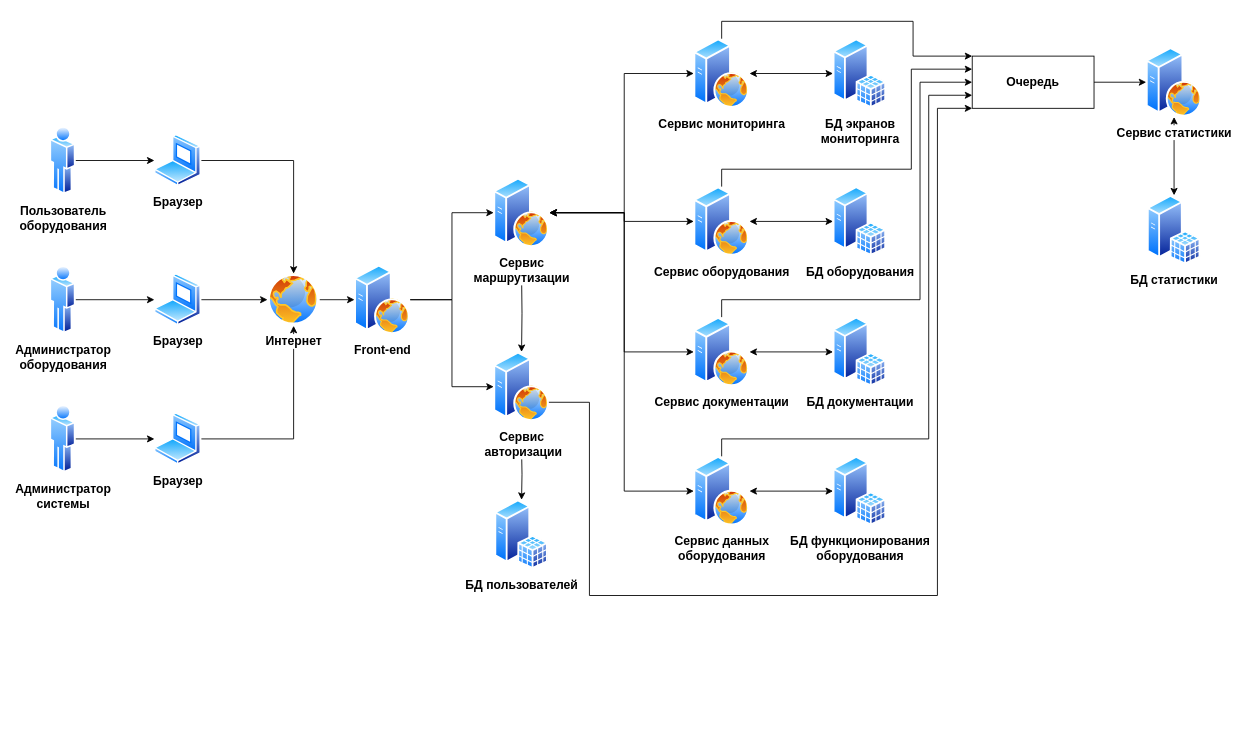
Earlier version of the draw.io diagram topology.drawio (qwerfah/software-engineering-methodology). Source tidied: cells renumbered, new cells numbered last; positions are measured from the earlier drawing's top-left corner, leaving out a move shared by most shapes. Both pictures are drawn from the tidied source at 87%, with x=0, y=0 at pixel (50, 21).
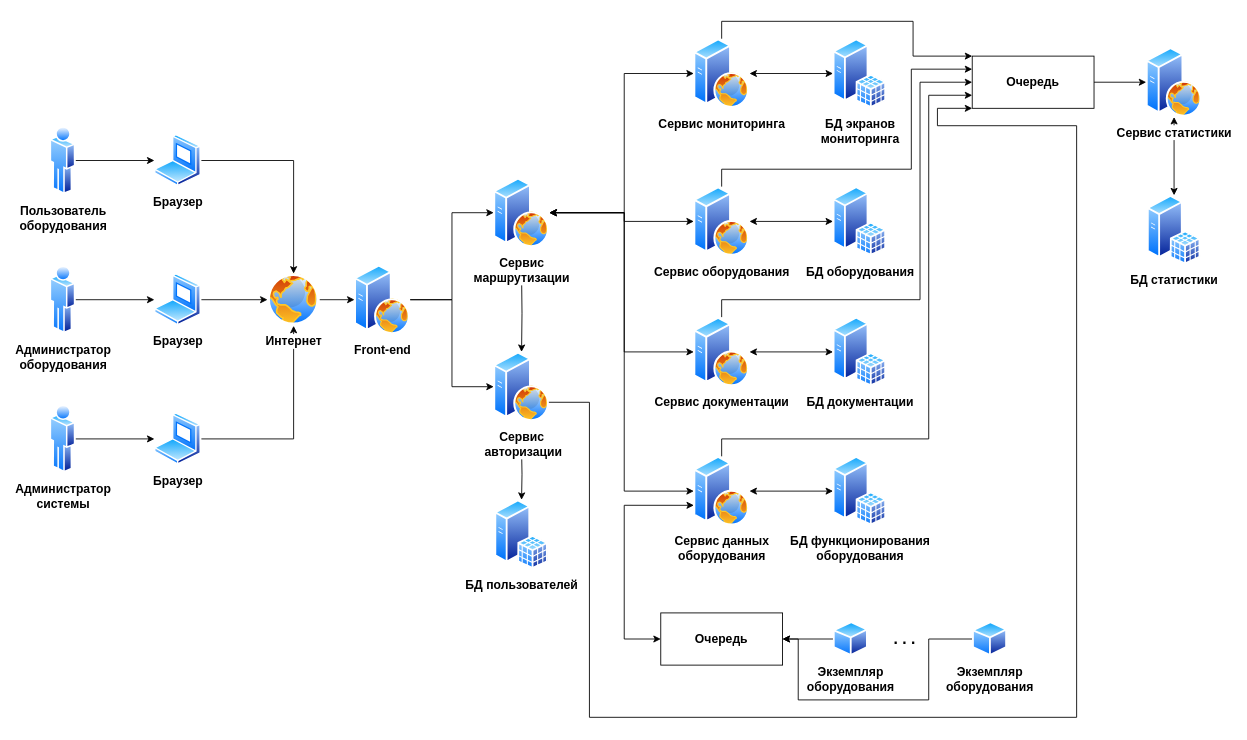
After the change.

The change refers to these unchanged cells:
```xml
<mxCell id="27" value="Сервис&lt;br&gt;&amp;nbsp;авторизации" style="perimeter=ellipsePerimeter;html=1;align=center;shadow=0;dashed=0;spacingTop=3;image;image=img/lib/active_directory/web_server.svg;strokeColor=#000000;fontSize=14;fontStyle=1;" parent="1" vertex="1">
  <mxGeometry x="510" y="380" width="64" height="80" as="geometry" />
</mxCell>
<mxCell id="36" value="Сервис данных &lt;br style=&quot;font-size: 14px;&quot;&gt;оборудования" style="perimeter=ellipsePerimeter;html=1;align=center;shadow=0;dashed=0;spacingTop=3;image;image=img/lib/active_directory/web_server.svg;strokeColor=#000000;fontSize=14;fontStyle=1;" parent="1" vertex="1">
  <mxGeometry x="740" y="500" width="64" height="80" as="geometry" />
</mxCell>
<mxCell id="48" value="Очередь" style="rounded=0;whiteSpace=wrap;html=1;strokeColor=#000000;fontSize=14;fontStyle=1;" parent="1" vertex="1">
  <mxGeometry x="1060" y="40" width="140" height="60" as="geometry" />
</mxCell>
```

Change to the diagram source:
```diff
@@
     <mxCell id="26" style="edgeStyle=orthogonalEdgeStyle;rounded=0;jettySize=auto;html=1;exitX=1;exitY=0.75;exitDx=0;exitDy=0;entryX=0;entryY=1;entryDx=0;entryDy=0;startArrow=none;startFill=0;fontSize=14;fontStyle=1;" parent="1" edge="1" source="27" target="48">
       <mxGeometry relative="1" as="geometry">
         <Array as="points">
           <mxPoint x="620" y="438" />
-          <mxPoint x="620" y="660" />
-          <mxPoint x="1020" y="660" />
+          <mxPoint x="620" y="800" />
+          <mxPoint x="1180" y="800" />
+          <mxPoint x="1180" y="120" />
+          <mxPoint x="1020" y="120" />
           <mxPoint x="1020" y="100" />
         </Array>
       </mxGeometry>
     </mxCell>
@@
+    <mxCell id="50" style="edgeStyle=orthogonalEdgeStyle;rounded=0;sketch=0;jettySize=auto;html=1;entryX=0.002;entryY=0.704;entryDx=0;entryDy=0;entryPerimeter=0;startArrow=classic;startFill=1;strokeColor=#000000;strokeWidth=1;fontSize=12;" parent="1" edge="1" source="51" target="36">
+      <mxGeometry relative="1" as="geometry">
+        <Array as="points">
+          <mxPoint x="660" y="710" />
+          <mxPoint x="660" y="556" />
+        </Array>
+      </mxGeometry>
+    </mxCell>
+    <mxCell id="51" value="Очередь" style="rounded=0;whiteSpace=wrap;html=1;strokeColor=#000000;fontSize=14;fontStyle=1;" parent="1" vertex="1">
+      <mxGeometry x="702" y="680" width="140" height="60" as="geometry" />
+    </mxCell>
+    <mxCell id="52" style="edgeStyle=orthogonalEdgeStyle;rounded=0;sketch=0;jettySize=auto;html=1;startArrow=none;startFill=0;strokeColor=#000000;strokeWidth=1;fontSize=12;" parent="1" edge="1" source="53" target="51">
+      <mxGeometry relative="1" as="geometry" />
+    </mxCell>
+    <mxCell id="53" value="&lt;font style=&quot;font-size: 14px&quot;&gt;&lt;b&gt;Экземпляр&lt;br&gt;оборудования&lt;/b&gt;&lt;/font&gt;" style="perimeter=ellipsePerimeter;html=1;align=center;shadow=0;dashed=0;spacingTop=3;image;image=img/lib/active_directory/generic_node.svg;fontSize=12;" parent="1" vertex="1">
+      <mxGeometry x="900" y="690" width="40.8" height="40" as="geometry" />
+    </mxCell>
+    <mxCell id="54" style="edgeStyle=orthogonalEdgeStyle;rounded=0;sketch=0;jettySize=auto;html=1;exitX=0;exitY=0.5;exitDx=0;exitDy=0;entryX=1;entryY=0.5;entryDx=0;entryDy=0;startArrow=none;startFill=0;strokeColor=#000000;strokeWidth=1;fontSize=12;" parent="1" edge="1" source="55" target="51">
+      <mxGeometry relative="1" as="geometry">
+        <Array as="points">
+          <mxPoint x="1010" y="710" />
+          <mxPoint x="1010" y="780" />
+          <mxPoint x="860" y="780" />
+          <mxPoint x="860" y="710" />
+        </Array>
+      </mxGeometry>
+    </mxCell>
+    <mxCell id="55" value="&lt;font style=&quot;font-size: 14px&quot;&gt;&lt;b&gt;Экземпляр&lt;br&gt;оборудования&lt;/b&gt;&lt;/font&gt;" style="perimeter=ellipsePerimeter;html=1;align=center;shadow=0;dashed=0;spacingTop=3;image;image=img/lib/active_directory/generic_node.svg;fontSize=12;" parent="1" vertex="1">
+      <mxGeometry x="1060" y="690" width="40.8" height="40" as="geometry" />
+    </mxCell>
+    <mxCell id="56" value="&lt;font size=&quot;1&quot;&gt;&lt;b style=&quot;font-size: 18px&quot;&gt;. . .&lt;/b&gt;&lt;/font&gt;" style="text;html=1;align=center;verticalAlign=middle;fontSize=12;" parent="1" vertex="1">
+      <mxGeometry x="961.6" y="700" width="40" height="20" as="geometry" />
+    </mxCell>
```
